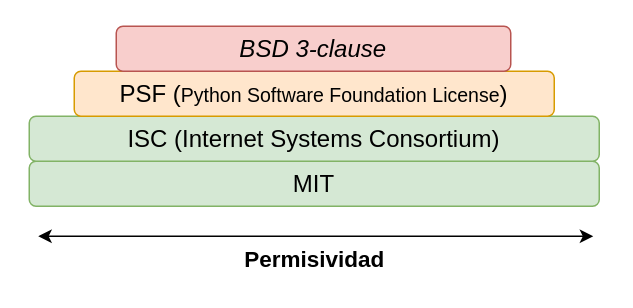
Before: doc/img/anexos/planproyecto/Licencias.drawio in dmacha27/TFG-SemiSupervisado, a draw.io diagram. Source tidied: cells renumbered, new cells numbered last; positions are measured from the earlier drawing's top-left corner, leaving out a move shared by most shapes. Both pictures are drawn from the tidied source at 150%, with x=0, y=0 at pixel (28, 26).
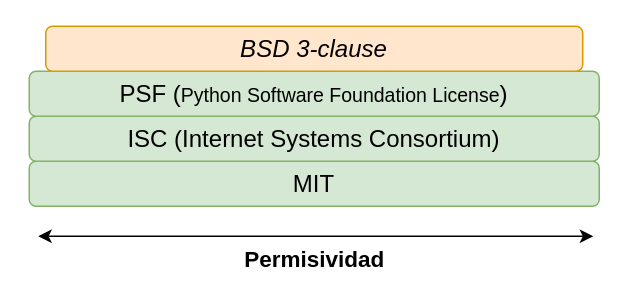
The same diagram, later.

Commit message (it also covers changes not shown here):
Añadir comentarios sobre las licencias

The edit, as a diff of the source:
```diff
@@
 <mxGraphModel>
   <root>
     <mxCell id="0" />
     <mxCell id="1" parent="0" />
     <mxCell id="2" value="MIT" style="rounded=1;whiteSpace=wrap;html=1;fontSize=16;fillColor=#d5e8d4;strokeColor=#82b366;" parent="1" vertex="1">
       <mxGeometry y="90" width="380" height="30" as="geometry" />
     </mxCell>
     <mxCell id="3" value="ISC (Internet Systems Consortium)" style="rounded=1;whiteSpace=wrap;html=1;fontSize=16;fillColor=#d5e8d4;strokeColor=#82b366;" parent="1" vertex="1">
       <mxGeometry y="60" width="380" height="30" as="geometry" />
     </mxCell>
-    <mxCell id="4" value="PSF (&lt;font style=&quot;font-size: 13px;&quot;&gt;Python Software Foundation License&lt;/font&gt;)" style="rounded=1;whiteSpace=wrap;html=1;fontSize=16;fillColor=#ffe6cc;strokeColor=#d79b00;" parent="1" vertex="1">
-      <mxGeometry x="30" y="30" width="320" height="30" as="geometry" />
+    <mxCell id="4" value="PSF (&lt;font style=&quot;font-size: 13px;&quot;&gt;Python Software Foundation License&lt;/font&gt;)" style="rounded=1;whiteSpace=wrap;html=1;fontSize=16;fillColor=#d5e8d4;strokeColor=#82b366;" parent="1" vertex="1">
+      <mxGeometry y="30" width="380" height="30" as="geometry" />
     </mxCell>
-    <mxCell id="5" value="&lt;em style=&quot;font-size: 16px;&quot;&gt;BSD 3-clause&lt;/em&gt;" style="rounded=1;whiteSpace=wrap;html=1;fontSize=16;fillColor=#f8cecc;strokeColor=#b85450;" parent="1" vertex="1">
-      <mxGeometry x="58" width="263" height="30" as="geometry" />
+    <mxCell id="5" value="&lt;em style=&quot;font-size: 16px;&quot;&gt;BSD 3-clause&lt;/em&gt;" style="rounded=1;whiteSpace=wrap;html=1;fontSize=16;fillColor=#ffe6cc;strokeColor=#d79b00;" parent="1" vertex="1">
+      <mxGeometry x="11" width="358" height="30" as="geometry" />
     </mxCell>
     <mxCell id="6" style="endArrow=classic;startArrow=classic;html=1;rounded=0;" parent="1" edge="1">
       <mxGeometry relative="1" as="geometry">
         <mxPoint x="6" y="140" as="sourcePoint" />
         <mxPoint x="376" y="140" as="targetPoint" />
       </mxGeometry>
     </mxCell>
     <mxCell id="7" value="Permisividad" style="text;html=1;align=center;verticalAlign=middle;strokeColor=none;fillColor=none;fontStyle=1;fontSize=15;" parent="1" vertex="1">
       <mxGeometry x="130" y="140" width="120" height="30" as="geometry" />
     </mxCell>
   </root>
 </mxGraphModel>
```
